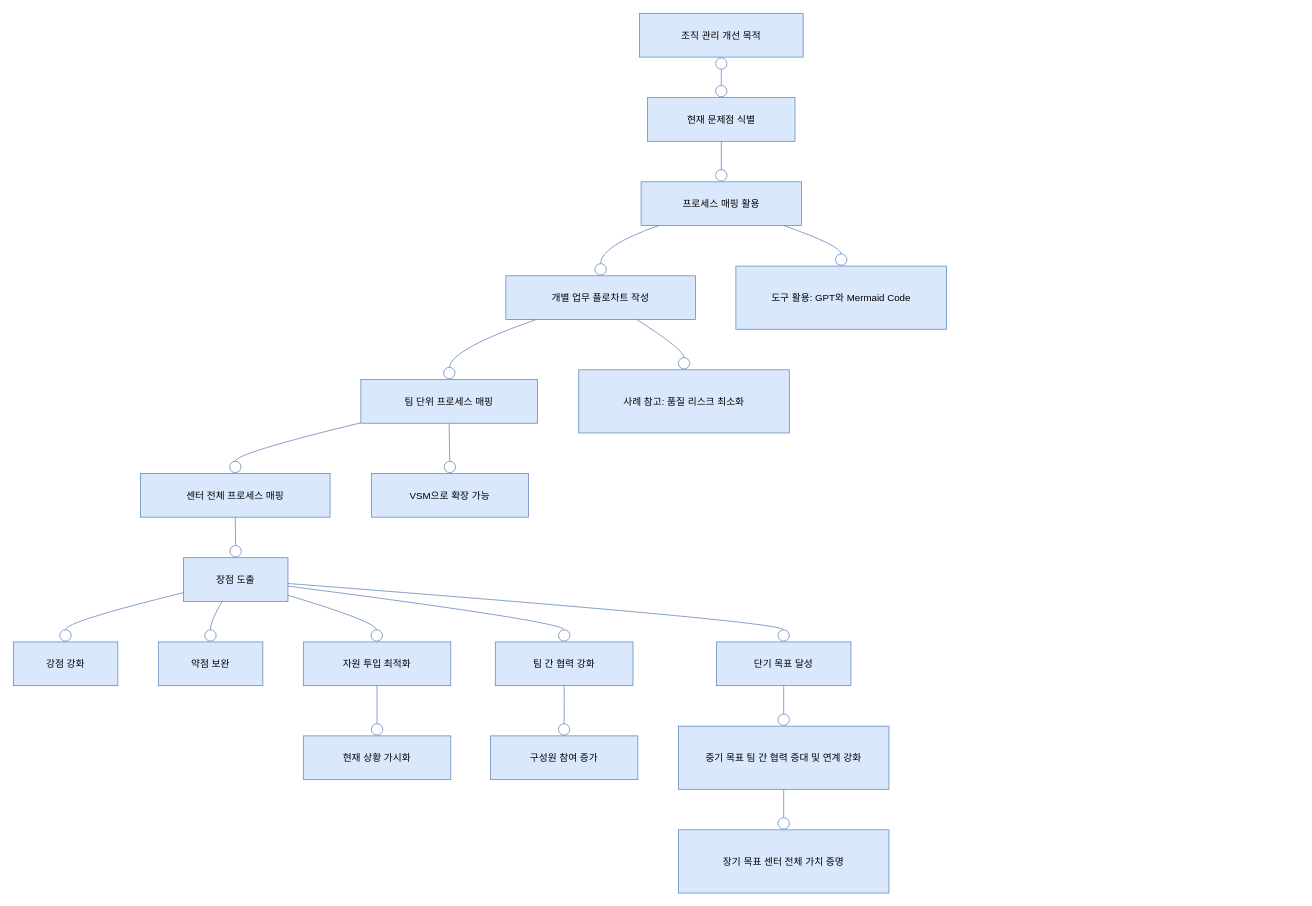
The draw.io diagram 조직 관리.drawio in kim-sunghoon74/colab01_LLM, before the edit. Source tidied: cells renumbered, new cells numbered last; positions are measured from the earlier drawing's top-left corner, leaving out a move shared by most shapes. Both pictures are drawn from the tidied source at 81%, with x=0, y=0 at pixel (13, 13).
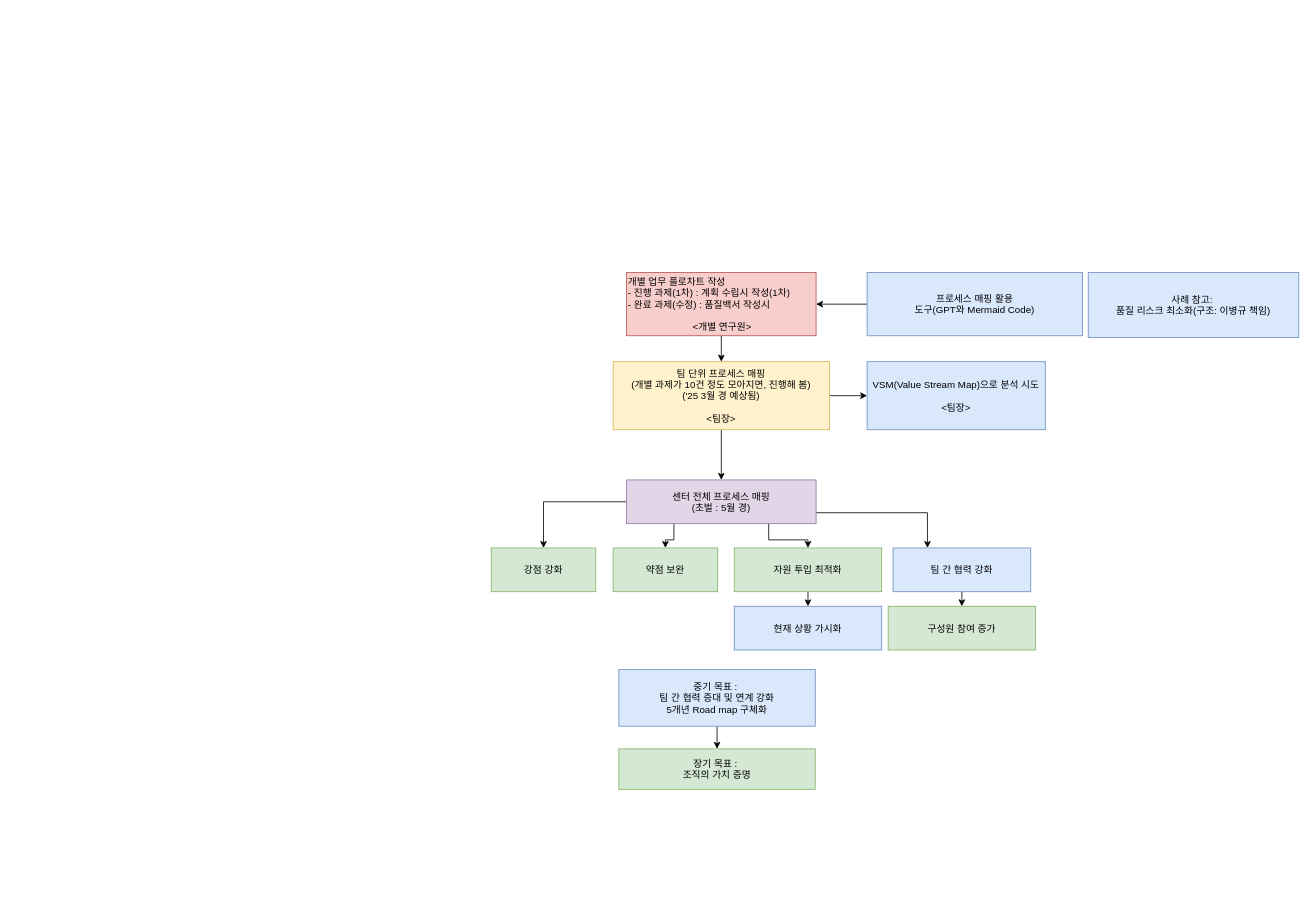
After the change.

Commit message (it also covers changes not shown here):
조직 관리.drawio 업데이트

Diff of the diagram source:
```diff
@@
-    <mxCell id="2" value="조직 관리 개선 목적" style="fillColor=#dae8fc;strokeColor=#6c8ebf;" parent="1" vertex="1">
-      <mxGeometry x="773" width="202" height="54" as="geometry" />
-    </mxCell>
-    <mxCell id="3" value="현재 문제점 식별" style="fillColor=#dae8fc;strokeColor=#6c8ebf;" parent="1" vertex="1">
-      <mxGeometry x="783" y="104" width="182" height="54" as="geometry" />
-    </mxCell>
+    <mxCell id="23" style="edgeStyle=none;rounded=0;jettySize=auto;html=1;exitX=0;exitY=0.5;exitDx=0;exitDy=0;entryX=1;entryY=0.5;entryDx=0;entryDy=0;" parent="1" edge="1" source="4" target="5">
+      <mxGeometry relative="1" as="geometry" />
+    </mxCell>
-    <mxCell id="4" value="프로세스 매핑 활용" style="fillColor=#dae8fc;strokeColor=#6c8ebf;" parent="1" vertex="1">
-      <mxGeometry x="775" y="208" width="198" height="54" as="geometry" />
+    <mxCell id="4" value="프로세스 매핑 활용&#10;도구(GPT와 Mermaid Code)" style="fillColor=#dae8fc;strokeColor=#6c8ebf;" parent="1" vertex="1">
+      <mxGeometry x="1054" y="320" width="266" height="78" as="geometry" />
     </mxCell>
+    <mxCell id="24" style="edgeStyle=orthogonalEdgeStyle;rounded=0;jettySize=auto;html=1;exitX=0.5;exitY=1;exitDx=0;exitDy=0;entryX=0.5;entryY=0;entryDx=0;entryDy=0;" parent="1" edge="1" source="5" target="6">
+      <mxGeometry relative="1" as="geometry" />
+    </mxCell>
-    <mxCell id="5" value="개별 업무 플로차트 작성" style="fillColor=#dae8fc;strokeColor=#6c8ebf;" parent="1" vertex="1">
-      <mxGeometry x="608" y="324" width="234" height="54" as="geometry" />
+    <mxCell id="5" value="개별 업무 플로차트 작성&#10;- 진행 과제(1차) : 계획 수립시 작성(1차)&#10;- 완료 과제(수정) : 품질백서 작성시&#10;&#10;                        &lt;개별 연구원&gt;" style="fillColor=#f8cecc;strokeColor=#b85450;align=left;" parent="1" vertex="1">
+      <mxGeometry x="757" y="320" width="234" height="78" as="geometry" />
     </mxCell>
+    <mxCell id="33" style="edgeStyle=orthogonalEdgeStyle;rounded=0;jettySize=auto;html=1;exitX=1;exitY=0.5;exitDx=0;exitDy=0;entryX=0;entryY=0.5;entryDx=0;entryDy=0;" parent="1" edge="1" source="6" target="15">
+      <mxGeometry relative="1" as="geometry" />
+    </mxCell>
+    <mxCell id="25" style="edgeStyle=orthogonalEdgeStyle;rounded=0;jettySize=auto;html=1;exitX=0.5;exitY=1;exitDx=0;exitDy=0;" parent="1" edge="1" source="6" target="7">
+      <mxGeometry relative="1" as="geometry" />
+    </mxCell>
-    <mxCell id="6" value="팀 단위 프로세스 매핑" style="fillColor=#dae8fc;strokeColor=#6c8ebf;" parent="1" vertex="1">
-      <mxGeometry x="429" y="452" width="218" height="54" as="geometry" />
+    <mxCell id="6" value="팀 단위 프로세스 매핑&#10;(개별 과제가 10건 정도 모아지면, 진행해 봄)&#10;('25 3월 경 예상됨)&#10;&#10;&lt;팀장&gt;" style="fillColor=#fff2cc;strokeColor=#d6b656;" parent="1" vertex="1">
+      <mxGeometry x="740.5" y="430" width="267" height="84" as="geometry" />
     </mxCell>
+    <mxCell id="39" style="edgeStyle=orthogonalEdgeStyle;rounded=0;jettySize=auto;html=1;exitX=0;exitY=0.5;exitDx=0;exitDy=0;entryX=0.5;entryY=0;entryDx=0;entryDy=0;" parent="1" edge="1" source="7" target="9">
+      <mxGeometry relative="1" as="geometry" />
+    </mxCell>
+    <mxCell id="40" style="edgeStyle=orthogonalEdgeStyle;rounded=0;jettySize=auto;html=1;exitX=0.25;exitY=1;exitDx=0;exitDy=0;" parent="1" edge="1" source="7" target="10">
+      <mxGeometry relative="1" as="geometry" />
+    </mxCell>
+    <mxCell id="41" style="edgeStyle=orthogonalEdgeStyle;rounded=0;jettySize=auto;html=1;exitX=0.75;exitY=1;exitDx=0;exitDy=0;" parent="1" edge="1" source="7" target="11">
+      <mxGeometry relative="1" as="geometry" />
+    </mxCell>
+    <mxCell id="42" style="edgeStyle=orthogonalEdgeStyle;rounded=0;jettySize=auto;html=1;exitX=1;exitY=0.75;exitDx=0;exitDy=0;entryX=0.25;entryY=0;entryDx=0;entryDy=0;" parent="1" edge="1" source="7" target="12">
+      <mxGeometry relative="1" as="geometry" />
+    </mxCell>
-    <mxCell id="7" value="센터 전체 프로세스 매핑" style="fillColor=#dae8fc;strokeColor=#6c8ebf;" parent="1" vertex="1">
-      <mxGeometry x="157" y="568" width="234" height="54" as="geometry" />
+    <mxCell id="7" value="센터 전체 프로세스 매핑&#10;(초벌 : 5월 경)" style="fillColor=#e1d5e7;strokeColor=#9673a6;" parent="1" vertex="1">
+      <mxGeometry x="757" y="576" width="234" height="54" as="geometry" />
     </mxCell>
-    <mxCell id="8" value="장점 도출" style="fillColor=#dae8fc;strokeColor=#6c8ebf;" parent="1" vertex="1">
-      <mxGeometry x="210" y="672" width="129" height="54" as="geometry" />
-    </mxCell>
-    <mxCell id="9" value="강점 강화" style="fillColor=#dae8fc;strokeColor=#6c8ebf;" parent="1" vertex="1">
-      <mxGeometry y="776" width="129" height="54" as="geometry" />
+    <mxCell id="9" value="강점 강화" style="fillColor=#d5e8d4;strokeColor=#82b366;" parent="1" vertex="1">
+      <mxGeometry x="590" y="660" width="129" height="54" as="geometry" />
     </mxCell>
-    <mxCell id="10" value="약점 보완" style="fillColor=#dae8fc;strokeColor=#6c8ebf;" parent="1" vertex="1">
-      <mxGeometry x="179" y="776" width="129" height="54" as="geometry" />
+    <mxCell id="10" value="약점 보완" style="fillColor=#d5e8d4;strokeColor=#82b366;" parent="1" vertex="1">
+      <mxGeometry x="740.5" y="660" width="129" height="54" as="geometry" />
     </mxCell>
+    <mxCell id="34" style="edgeStyle=orthogonalEdgeStyle;rounded=0;jettySize=auto;html=1;exitX=0.5;exitY=1;exitDx=0;exitDy=0;entryX=0.5;entryY=0;entryDx=0;entryDy=0;" parent="1" edge="1" source="11" target="16">
+      <mxGeometry relative="1" as="geometry" />
+    </mxCell>
-    <mxCell id="11" value="자원 투입 최적화" style="fillColor=#dae8fc;strokeColor=#6c8ebf;" parent="1" vertex="1">
-      <mxGeometry x="358" y="776" width="182" height="54" as="geometry" />
+    <mxCell id="11" value="자원 투입 최적화" style="fillColor=#d5e8d4;strokeColor=#82b366;" parent="1" vertex="1">
+      <mxGeometry x="890" y="660" width="182" height="54" as="geometry" />
     </mxCell>
+    <mxCell id="35" style="edgeStyle=orthogonalEdgeStyle;rounded=0;jettySize=auto;html=1;exitX=0.5;exitY=1;exitDx=0;exitDy=0;entryX=0.5;entryY=0;entryDx=0;entryDy=0;" parent="1" edge="1" source="12" target="17">
+      <mxGeometry relative="1" as="geometry" />
+    </mxCell>
     <mxCell id="12" value="팀 간 협력 강화" style="fillColor=#dae8fc;strokeColor=#6c8ebf;" parent="1" vertex="1">
-      <mxGeometry x="595" y="776" width="170" height="54" as="geometry" />
+      <mxGeometry x="1086" y="660" width="170" height="54" as="geometry" />
     </mxCell>
-    <mxCell id="13" value="도구 활용: GPT와 Mermaid Code" style="fillColor=#dae8fc;strokeColor=#6c8ebf;" parent="1" vertex="1">
-      <mxGeometry x="892" y="312" width="260" height="78" as="geometry" />
-    </mxCell>
-    <mxCell id="14" value="사례 참고: 품질 리스크 최소화" style="fillColor=#dae8fc;strokeColor=#6c8ebf;" parent="1" vertex="1">
-      <mxGeometry x="698" y="440" width="260" height="78" as="geometry" />
+    <mxCell id="14" value="사례 참고: &#10;품질 리스크 최소화(구조: 이병규 책임)" style="fillColor=#dae8fc;strokeColor=#6c8ebf;" parent="1" vertex="1">
+      <mxGeometry x="1327" y="320" width="260" height="80" as="geometry" />
     </mxCell>
-    <mxCell id="15" value="VSM으로 확장 가능" style="fillColor=#dae8fc;strokeColor=#6c8ebf;" parent="1" vertex="1">
-      <mxGeometry x="442" y="568" width="194" height="54" as="geometry" />
+    <mxCell id="15" value="VSM(Value Stream Map)으로 분석 시도&#10;&#10;&lt;팀장&gt;" style="fillColor=#dae8fc;strokeColor=#6c8ebf;" parent="1" vertex="1">
+      <mxGeometry x="1054" y="430" width="220" height="84" as="geometry" />
     </mxCell>
     <mxCell id="16" value="현재 상황 가시화" style="fillColor=#dae8fc;strokeColor=#6c8ebf;" parent="1" vertex="1">
-      <mxGeometry x="358" y="892" width="182" height="54" as="geometry" />
+      <mxGeometry x="890" y="732" width="182" height="54" as="geometry" />
     </mxCell>
-    <mxCell id="17" value="구성원 참여 증가" style="fillColor=#dae8fc;strokeColor=#6c8ebf;" parent="1" vertex="1">
-      <mxGeometry x="589" y="892" width="182" height="54" as="geometry" />
+    <mxCell id="17" value="구성원 참여 증가" style="fillColor=#d5e8d4;strokeColor=#82b366;" parent="1" vertex="1">
+      <mxGeometry x="1080" y="732" width="182" height="54" as="geometry" />
     </mxCell>
-    <mxCell id="18" value="단기 목표 달성" style="fillColor=#dae8fc;strokeColor=#6c8ebf;" parent="1" vertex="1">
-      <mxGeometry x="868" y="776" width="166" height="54" as="geometry" />
-    </mxCell>
+    <mxCell id="38" style="edgeStyle=orthogonalEdgeStyle;rounded=0;jettySize=auto;html=1;exitX=0.5;exitY=1;exitDx=0;exitDy=0;entryX=0.5;entryY=0;entryDx=0;entryDy=0;" parent="1" edge="1" source="19" target="20">
+      <mxGeometry relative="1" as="geometry" />
+    </mxCell>
-    <mxCell id="19" value="중기 목표 팀 간 협력 증대 및 연계 강화" style="fillColor=#dae8fc;strokeColor=#6c8ebf;" parent="1" vertex="1">
-      <mxGeometry x="821" y="880" width="260" height="78" as="geometry" />
+    <mxCell id="19" value="중기 목표 : &#10;팀 간 협력 증대 및 연계 강화&#10;5개년 Road map 구체화" style="fillColor=#dae8fc;strokeColor=#6c8ebf;" parent="1" vertex="1">
+      <mxGeometry x="747.5" y="810" width="242.5" height="70" as="geometry" />
     </mxCell>
-    <mxCell id="20" value="장기 목표 센터 전체 가치 증명" style="fillColor=#dae8fc;strokeColor=#6c8ebf;" parent="1" vertex="1">
-      <mxGeometry x="821" y="1008" width="260" height="78" as="geometry" />
+    <mxCell id="20" value="장기 목표 : &#10;조직의 가치 증명" style="fillColor=#d5e8d4;strokeColor=#82b366;" parent="1" vertex="1">
+      <mxGeometry x="747.5" y="908" width="242.5" height="50" as="geometry" />
     </mxCell>
-    <mxCell id="21" style="curved=1;startArrow=circle;startFill=0;endArrow=circle;endFill=0;exitX=0.5;exitY=1;entryX=0.5;entryY=0;rounded=0;fillColor=#dae8fc;strokeColor=#6c8ebf;" parent="1" edge="1" source="2" target="3">
-      <mxGeometry relative="1" as="geometry" />
-    </mxCell>
-    <mxCell id="22" style="curved=1;startArrow=none;endArrow=circle;endFill=0;exitX=0.5;exitY=1;entryX=0.5;entryY=0;rounded=0;fillColor=#dae8fc;strokeColor=#6c8ebf;" parent="1" edge="1" source="3" target="4">
-      <mxGeometry relative="1" as="geometry" />
-    </mxCell>
-    <mxCell id="23" style="curved=1;startArrow=none;endArrow=circle;endFill=0;exitX=0.11;exitY=1;entryX=0.5;entryY=0;rounded=0;fillColor=#dae8fc;strokeColor=#6c8ebf;" parent="1" edge="1" source="4" target="5">
-      <mxGeometry relative="1" as="geometry">
-        <Array as="points">
-          <mxPoint x="725" y="287" />
-        </Array>
-      </mxGeometry>
-    </mxCell>
-    <mxCell id="24" style="curved=1;startArrow=none;endArrow=circle;endFill=0;exitX=0.16;exitY=1;entryX=0.5;entryY=0;rounded=0;fillColor=#dae8fc;strokeColor=#6c8ebf;" parent="1" edge="1" source="5" target="6">
-      <mxGeometry relative="1" as="geometry">
-        <Array as="points">
-          <mxPoint x="539" y="415" />
-        </Array>
-      </mxGeometry>
-    </mxCell>
-    <mxCell id="25" style="curved=1;startArrow=none;endArrow=circle;endFill=0;exitX=0;exitY=0.99;entryX=0.5;entryY=0;rounded=0;fillColor=#dae8fc;strokeColor=#6c8ebf;" parent="1" edge="1" source="6" target="7">
-      <mxGeometry relative="1" as="geometry">
-        <Array as="points">
-          <mxPoint x="274" y="543" />
-        </Array>
-      </mxGeometry>
-    </mxCell>
-    <mxCell id="26" style="curved=1;startArrow=none;endArrow=circle;endFill=0;exitX=0.5;exitY=1;entryX=0.5;entryY=0;rounded=0;fillColor=#dae8fc;strokeColor=#6c8ebf;" parent="1" edge="1" source="7" target="8">
-      <mxGeometry relative="1" as="geometry" />
-    </mxCell>
-    <mxCell id="27" style="curved=1;startArrow=none;endArrow=circle;endFill=0;exitX=0;exitY=0.8;entryX=0.5;entryY=0;rounded=0;fillColor=#dae8fc;strokeColor=#6c8ebf;" parent="1" edge="1" source="8" target="9">
-      <mxGeometry relative="1" as="geometry">
-        <Array as="points">
-          <mxPoint x="64" y="751" />
-        </Array>
-      </mxGeometry>
-    </mxCell>
-    <mxCell id="28" style="curved=1;startArrow=none;endArrow=circle;endFill=0;exitX=0.37;exitY=1;entryX=0.5;entryY=0;rounded=0;fillColor=#dae8fc;strokeColor=#6c8ebf;" parent="1" edge="1" source="8" target="10">
-      <mxGeometry relative="1" as="geometry">
-        <Array as="points">
-          <mxPoint x="243" y="751" />
-        </Array>
-      </mxGeometry>
-    </mxCell>
-    <mxCell id="29" style="curved=1;startArrow=none;endArrow=circle;endFill=0;exitX=1;exitY=0.86;entryX=0.5;entryY=0;rounded=0;fillColor=#dae8fc;strokeColor=#6c8ebf;" parent="1" edge="1" source="8" target="11">
-      <mxGeometry relative="1" as="geometry">
-        <Array as="points">
-          <mxPoint x="448" y="751" />
-        </Array>
-      </mxGeometry>
-    </mxCell>
-    <mxCell id="30" style="curved=1;startArrow=none;endArrow=circle;endFill=0;exitX=1;exitY=0.65;entryX=0.5;entryY=0;rounded=0;fillColor=#dae8fc;strokeColor=#6c8ebf;" parent="1" edge="1" source="8" target="12">
-      <mxGeometry relative="1" as="geometry">
-        <Array as="points">
-          <mxPoint x="680" y="751" />
-        </Array>
-      </mxGeometry>
-    </mxCell>
-    <mxCell id="31" style="curved=1;startArrow=none;endArrow=circle;endFill=0;exitX=0.89;exitY=1;entryX=0.5;entryY=0;rounded=0;fillColor=#dae8fc;strokeColor=#6c8ebf;" parent="1" edge="1" source="4" target="13">
-      <mxGeometry relative="1" as="geometry">
-        <Array as="points">
-          <mxPoint x="1022" y="287" />
-        </Array>
-      </mxGeometry>
-    </mxCell>
-    <mxCell id="32" style="curved=1;startArrow=none;endArrow=circle;endFill=0;exitX=0.69;exitY=1;entryX=0.5;entryY=0;rounded=0;fillColor=#dae8fc;strokeColor=#6c8ebf;" parent="1" edge="1" source="5" target="14">
-      <mxGeometry relative="1" as="geometry">
-        <Array as="points">
-          <mxPoint x="828" y="415" />
-        </Array>
-      </mxGeometry>
-    </mxCell>
-    <mxCell id="33" style="curved=1;startArrow=none;endArrow=circle;endFill=0;exitX=0.5;exitY=1;entryX=0.5;entryY=0;rounded=0;fillColor=#dae8fc;strokeColor=#6c8ebf;" parent="1" edge="1" source="6" target="15">
-      <mxGeometry relative="1" as="geometry" />
-    </mxCell>
-    <mxCell id="34" style="curved=1;startArrow=none;endArrow=circle;endFill=0;exitX=0.5;exitY=1;entryX=0.5;entryY=0;rounded=0;fillColor=#dae8fc;strokeColor=#6c8ebf;" parent="1" edge="1" source="11" target="16">
-      <mxGeometry relative="1" as="geometry" />
-    </mxCell>
-    <mxCell id="35" style="curved=1;startArrow=none;endArrow=circle;endFill=0;exitX=0.5;exitY=1;entryX=0.5;entryY=0;rounded=0;fillColor=#dae8fc;strokeColor=#6c8ebf;" parent="1" edge="1" source="12" target="17">
-      <mxGeometry relative="1" as="geometry" />
-    </mxCell>
-    <mxCell id="36" style="curved=1;startArrow=none;endArrow=circle;endFill=0;exitX=1;exitY=0.59;entryX=0.5;entryY=0;rounded=0;fillColor=#dae8fc;strokeColor=#6c8ebf;" parent="1" edge="1" source="8" target="18">
-      <mxGeometry relative="1" as="geometry">
-        <Array as="points">
-          <mxPoint x="951" y="751" />
-        </Array>
-      </mxGeometry>
-    </mxCell>
-    <mxCell id="37" style="curved=1;startArrow=none;endArrow=circle;endFill=0;exitX=0.5;exitY=1;entryX=0.5;entryY=0;rounded=0;fillColor=#dae8fc;strokeColor=#6c8ebf;" parent="1" edge="1" source="18" target="19">
-      <mxGeometry relative="1" as="geometry" />
-    </mxCell>
-    <mxCell id="38" style="curved=1;startArrow=none;endArrow=circle;endFill=0;exitX=0.5;exitY=1;entryX=0.5;entryY=0;rounded=0;fillColor=#dae8fc;strokeColor=#6c8ebf;" parent="1" edge="1" source="19" target="20">
-      <mxGeometry relative="1" as="geometry" />
-    </mxCell>
```
